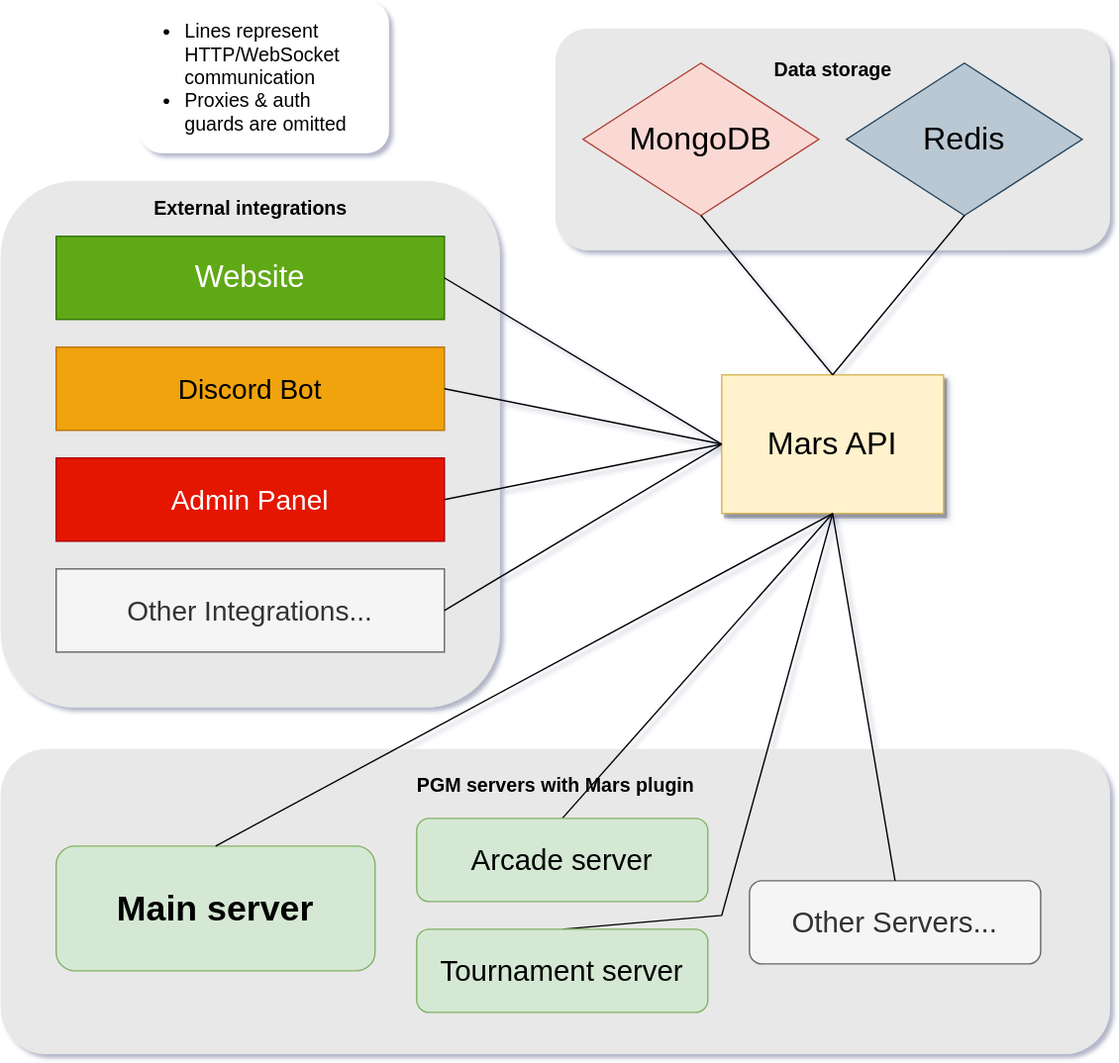
Warzone/mars keeps this draw.io diagram as docs/mars-architecture.svg. Above is the earlier version. Source tidied: cells renumbered, new cells last; positions are measured from the earlier drawing's top-left corner, leaving out a move shared by most shapes.
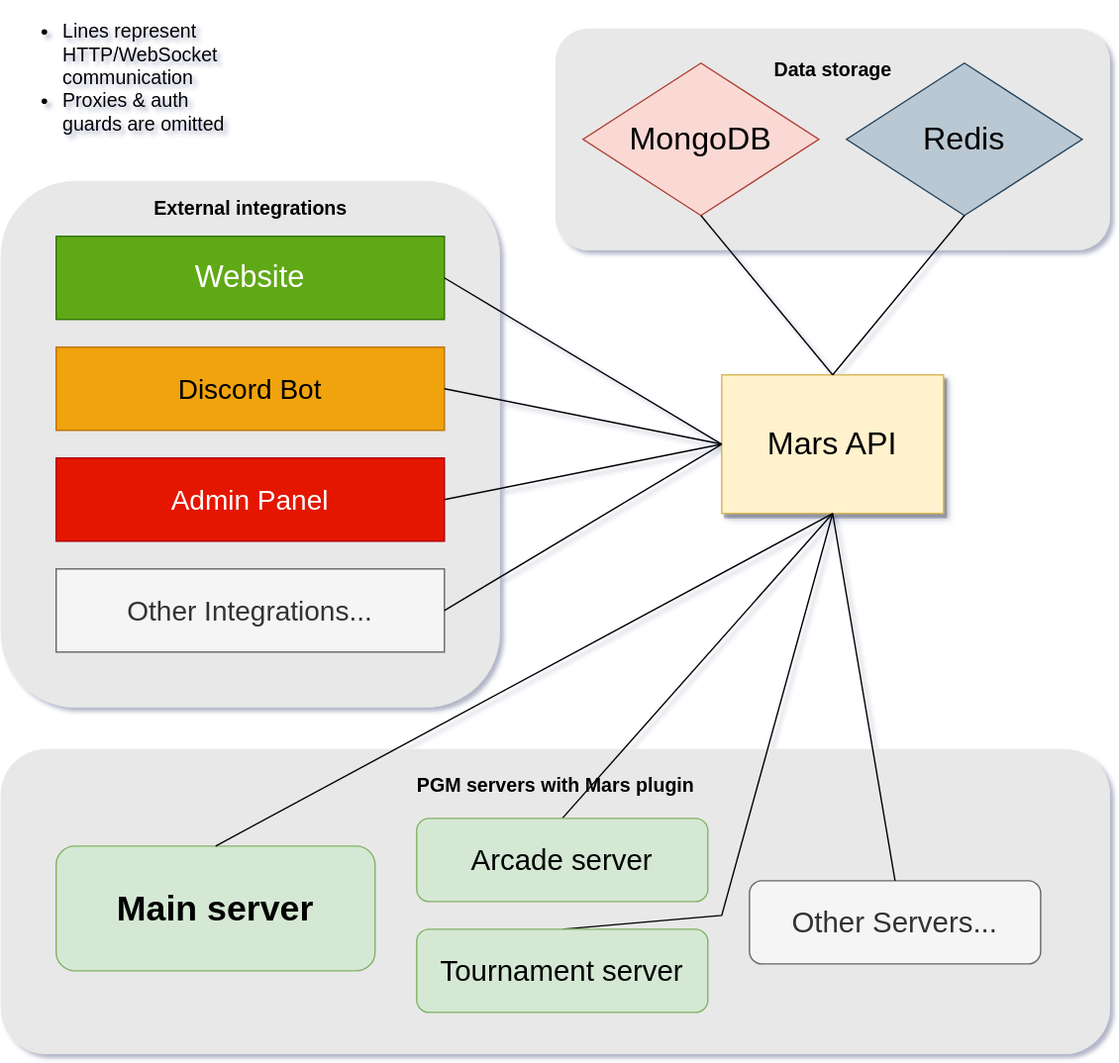
Above is the later version.

Commit message:
GitHub is annoying

Change to the diagram source:
```diff
@@ -2,9 +2,6 @@
   <root>
     <mxCell id="0" />
     <mxCell id="1" parent="0" />
-    <mxCell id="2" style="whiteSpace=wrap;html=1;rounded=1;glass=0;fontSize=14;fillColor=#FFFFFF;strokeColor=none;shadow=0;" parent="1" vertex="1">
-      <mxGeometry x="100" width="180" height="110" as="geometry" />
-    </mxCell>
     <mxCell id="3" style="whiteSpace=wrap;html=1;shadow=0;glass=0;fontSize=23;fillColor=#E8E8E8;strokeColor=none;fontColor=#333333;gradientColor=none;rounded=1;" parent="1" vertex="1">
       <mxGeometry x="400" y="20" width="400" height="160" as="geometry" />
     </mxCell>
@@ -96,7 +93,7 @@
       <mxGeometry x="300" y="670" width="210" height="60" as="geometry" />
     </mxCell>
     <mxCell id="30" value="&lt;p&gt;&lt;/p&gt;&lt;ul&gt;&lt;li&gt;Lines represent HTTP/WebSocket communication&lt;/li&gt;&lt;li&gt;Proxies &amp;amp; auth guards are omitted&lt;/li&gt;&lt;/ul&gt;&lt;p&gt;&lt;/p&gt;" style="text;html=1;strokeColor=none;fillColor=none;spacing=5;spacingTop=-20;whiteSpace=wrap;overflow=hidden;rounded=0;glass=0;fontSize=14;" parent="1" vertex="1">
-      <mxGeometry x="87.5" y="10" width="185" height="120" as="geometry" />
+      <mxGeometry y="10" width="185" height="120" as="geometry" />
     </mxCell>
   </root>
 </mxGraphModel>
```
